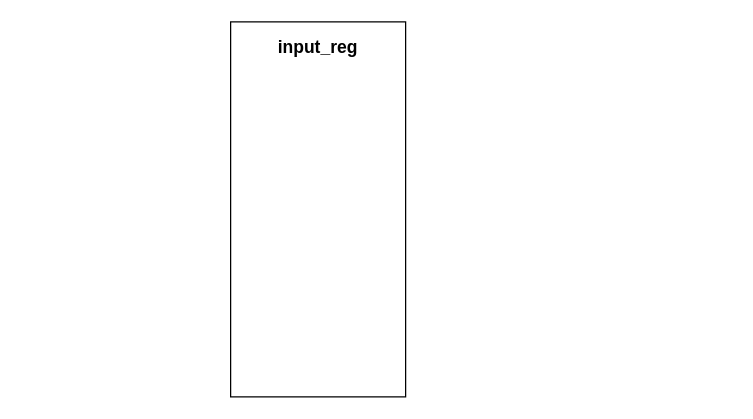
Before: square_root_arch.drawio in Katharine-0331/files, a draw.io diagram. Source tidied: cells renumbered, new cells numbered last; positions are measured from the earlier drawing's top-left corner, leaving out a move shared by most shapes. Both pictures are drawn from the tidied source at 125%, with x=0, y=0 at pixel (230, 21).
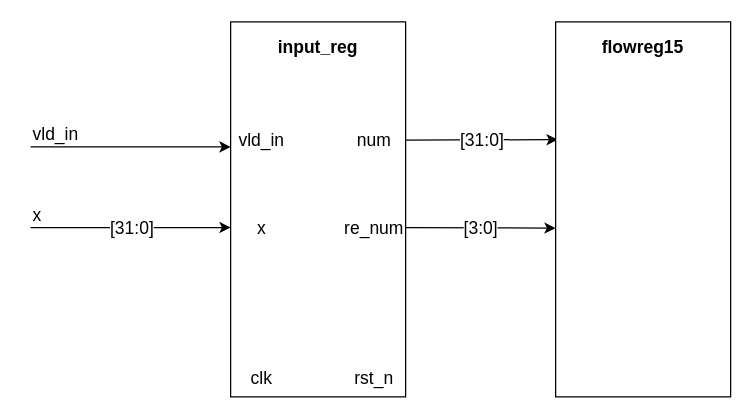
The same page after the edit.

Diff of the diagram source:
```diff
@@
+    <mxCell id="4" value="clk" style="text;html=1;strokeColor=none;fillColor=none;align=center;verticalAlign=middle;whiteSpace=wrap;rounded=0;fontSize=14;" parent="1" vertex="1">
+      <mxGeometry y="270" width="50" height="30" as="geometry" />
+    </mxCell>
+    <mxCell id="5" value="rst_n" style="text;html=1;strokeColor=none;fillColor=none;align=center;verticalAlign=middle;whiteSpace=wrap;rounded=0;fontSize=14;" parent="1" vertex="1">
+      <mxGeometry x="90" y="270" width="50" height="30" as="geometry" />
+    </mxCell>
+    <mxCell id="6" value="vld_in" style="text;html=1;strokeColor=none;fillColor=none;align=center;verticalAlign=middle;whiteSpace=wrap;rounded=0;fontSize=14;" parent="1" vertex="1">
+      <mxGeometry x="-5" y="80" width="60" height="30" as="geometry" />
+    </mxCell>
+    <mxCell id="7" value="x" style="text;html=1;strokeColor=none;fillColor=none;align=center;verticalAlign=middle;whiteSpace=wrap;rounded=0;fontSize=14;" parent="1" vertex="1">
+      <mxGeometry x="-5" y="150" width="60" height="30" as="geometry" />
+    </mxCell>
+    <mxCell id="8" value="num" style="text;html=1;strokeColor=none;fillColor=none;align=center;verticalAlign=middle;whiteSpace=wrap;rounded=0;fontSize=14;" parent="1" vertex="1">
+      <mxGeometry x="85" y="80" width="60" height="30" as="geometry" />
+    </mxCell>
+    <mxCell id="9" value="re_num" style="text;html=1;strokeColor=none;fillColor=none;align=center;verticalAlign=middle;whiteSpace=wrap;rounded=0;fontSize=14;" parent="1" vertex="1">
+      <mxGeometry x="85" y="150" width="60" height="30" as="geometry" />
+    </mxCell>
+    <mxCell id="10" style="endArrow=classic;html=1;rounded=0;fontSize=14;" parent="1" edge="1">
+      <mxGeometry relative="1" as="geometry">
+        <mxPoint x="-160" y="100" as="sourcePoint" />
+        <mxPoint y="100" as="targetPoint" />
+      </mxGeometry>
+    </mxCell>
+    <mxCell id="11" value="vld_in" style="edgeLabel;html=1;align=left;verticalAlign=bottom;fontSize=14;" parent="10" vertex="1">
+      <mxGeometry x="-1" relative="1" as="geometry" />
+    </mxCell>
+    <mxCell id="12" style="endArrow=classic;html=1;rounded=0;fontSize=14;" parent="1" edge="1">
+      <mxGeometry relative="1" as="geometry">
+        <mxPoint x="-160" y="164.5" as="sourcePoint" />
+        <mxPoint y="164.5" as="targetPoint" />
+      </mxGeometry>
+    </mxCell>
+    <mxCell id="13" value="[31:0]" style="edgeLabel;html=1;align=center;verticalAlign=middle;fontSize=14;" parent="12" vertex="1">
+      <mxGeometry relative="1" as="geometry" />
+    </mxCell>
+    <mxCell id="14" value="x" style="edgeLabel;html=1;align=left;verticalAlign=bottom;fontSize=14;" parent="12" vertex="1">
+      <mxGeometry x="-1" relative="1" as="geometry" />
+    </mxCell>
+    <mxCell id="15" style="endArrow=classic;html=1;rounded=0;fontSize=14;entryX=0.012;entryY=0.314;entryDx=0;entryDy=0;entryPerimeter=0;" parent="1" edge="1" target="19">
+      <mxGeometry relative="1" as="geometry">
+        <mxPoint x="140" y="94.5" as="sourcePoint" />
+      </mxGeometry>
+    </mxCell>
+    <mxCell id="16" value="[31:0]" style="edgeLabel;html=1;align=center;verticalAlign=middle;fontSize=14;" parent="15" vertex="1">
+      <mxGeometry relative="1" as="geometry" />
+    </mxCell>
+    <mxCell id="17" style="endArrow=classic;html=1;rounded=0;fontSize=14;" parent="1" edge="1">
+      <mxGeometry relative="1" as="geometry">
+        <mxPoint x="140" y="164.5" as="sourcePoint" />
+        <mxPoint x="260" y="165" as="targetPoint" />
+      </mxGeometry>
+    </mxCell>
+    <mxCell id="18" value="[3:0]" style="edgeLabel;html=1;align=center;verticalAlign=middle;fontSize=14;" parent="17" vertex="1">
+      <mxGeometry relative="1" as="geometry" />
+    </mxCell>
+    <mxCell id="19" style="rounded=0;whiteSpace=wrap;html=1;fontSize=14;" parent="1" vertex="1">
+      <mxGeometry x="260" width="140" height="300" as="geometry" />
+    </mxCell>
+    <mxCell id="20" value="&lt;span style=&quot;font-size: 14px;&quot;&gt;&lt;b&gt;flowreg15&lt;/b&gt;&lt;/span&gt;" style="text;html=1;strokeColor=none;fillColor=none;align=center;verticalAlign=middle;whiteSpace=wrap;rounded=0;" parent="1" vertex="1">
+      <mxGeometry x="295" width="70" height="40" as="geometry" />
+    </mxCell>
```
